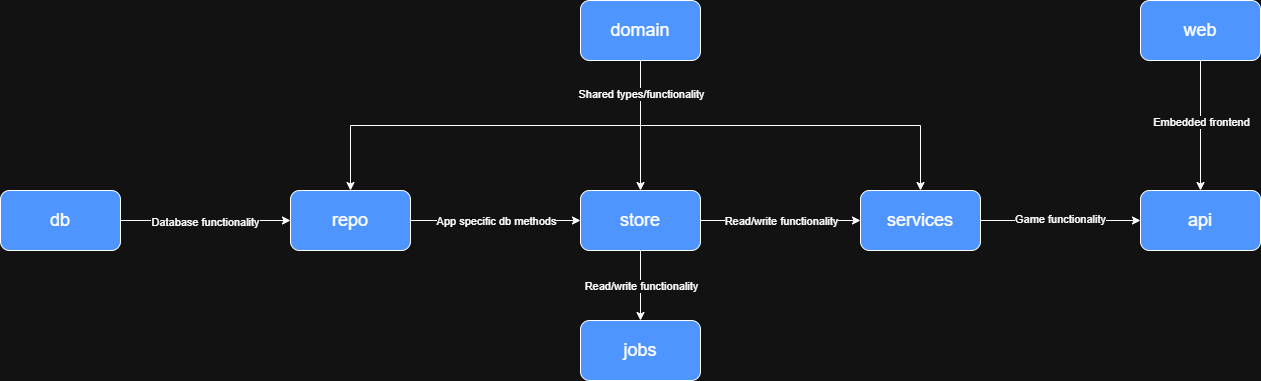
Above: docs/assets/Dependency-Diagram.png in BradyDriebergen/Terrariadle_2.0 (draw.io), before the change. Source tidied: cells renumbered, new cells last; positions are measured from the earlier drawing's top-left corner, leaving out a move shared by most shapes.
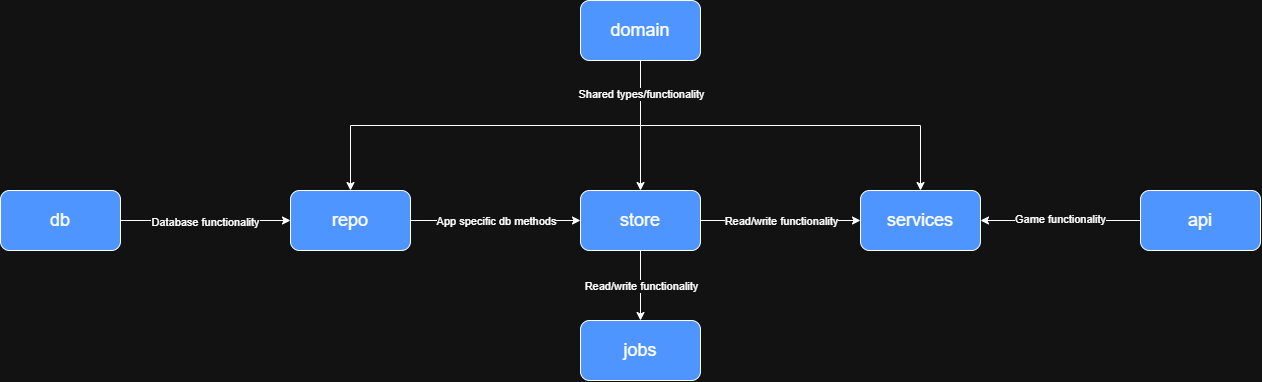
Above is the later version.

Commit message:
Fixed Dependency Diagram (#102)

What changed in the source:
```diff
@@ -20,7 +20,7 @@
     <mxCell id="7" value="&lt;font style=&quot;font-size: 18px;&quot;&gt;repo&lt;/font&gt;" style="rounded=1;whiteSpace=wrap;html=1;fillColor=#4E95FF;" parent="1" vertex="1">
       <mxGeometry x="290" y="190" width="120" height="60" as="geometry" />
     </mxCell>
-    <mxCell id="8" style="edgeStyle=orthogonalEdgeStyle;rounded=0;jettySize=auto;html=1;exitX=1;exitY=0.5;exitDx=0;exitDy=0;entryX=0;entryY=0.5;entryDx=0;entryDy=0;" parent="1" edge="1" source="12" target="22">
+    <mxCell id="8" style="edgeStyle=orthogonalEdgeStyle;rounded=0;jettySize=auto;html=1;exitX=1;exitY=0.5;exitDx=0;exitDy=0;entryX=0;entryY=0.5;entryDx=0;entryDy=0;startArrow=none;startFill=0;endArrow=classic;endFill=1;" parent="1" edge="1" source="12" target="22">
       <mxGeometry relative="1" as="geometry" />
     </mxCell>
     <mxCell id="9" value="Read/write functionality" style="edgeLabel;html=1;align=center;verticalAlign=middle;" parent="8" vertex="1">
@@ -56,7 +56,7 @@
     <mxCell id="19" value="&lt;span style=&quot;font-size: 18px;&quot;&gt;api&lt;/span&gt;" style="rounded=1;whiteSpace=wrap;html=1;fillColor=#4E95FF;" parent="1" vertex="1">
       <mxGeometry x="1140" y="190" width="120" height="60" as="geometry" />
     </mxCell>
-    <mxCell id="20" style="edgeStyle=orthogonalEdgeStyle;rounded=0;jettySize=auto;html=1;exitX=1;exitY=0.5;exitDx=0;exitDy=0;entryX=0;entryY=0.5;entryDx=0;entryDy=0;" parent="1" edge="1" source="22" target="19">
+    <mxCell id="20" style="edgeStyle=orthogonalEdgeStyle;rounded=0;jettySize=auto;html=1;exitX=1;exitY=0.5;exitDx=0;exitDy=0;entryX=0;entryY=0.5;entryDx=0;entryDy=0;startArrow=classic;startFill=1;endArrow=none;endFill=0;" parent="1" edge="1" source="22" target="19">
       <mxGeometry relative="1" as="geometry" />
     </mxCell>
     <mxCell id="21" value="Game functionality" style="edgeLabel;html=1;align=center;verticalAlign=middle;" parent="20" vertex="1">
@@ -65,14 +65,5 @@
     <mxCell id="22" value="&lt;span style=&quot;font-size: 18px;&quot;&gt;services&lt;/span&gt;" style="rounded=1;whiteSpace=wrap;html=1;fillColor=#4E95FF;" parent="1" vertex="1">
       <mxGeometry x="860" y="190" width="120" height="60" as="geometry" />
     </mxCell>
-    <mxCell id="23" style="edgeStyle=orthogonalEdgeStyle;rounded=0;jettySize=auto;html=1;exitX=0.5;exitY=1;exitDx=0;exitDy=0;entryX=0.5;entryY=0;entryDx=0;entryDy=0;" parent="1" edge="1" source="25" target="19">
-      <mxGeometry relative="1" as="geometry" />
-    </mxCell>
-    <mxCell id="24" value="Embedded frontend" style="edgeLabel;html=1;align=center;verticalAlign=middle;" parent="23" vertex="1">
-      <mxGeometry x="-0.06" relative="1" as="geometry" />
-    </mxCell>
-    <mxCell id="25" value="&lt;font style=&quot;font-size: 18px;&quot;&gt;web&lt;/font&gt;" style="rounded=1;whiteSpace=wrap;html=1;fillColor=#4E95FF;" parent="1" vertex="1">
-      <mxGeometry x="1140" width="120" height="60" as="geometry" />
-    </mxCell>
   </root>
 </mxGraphModel>
```
